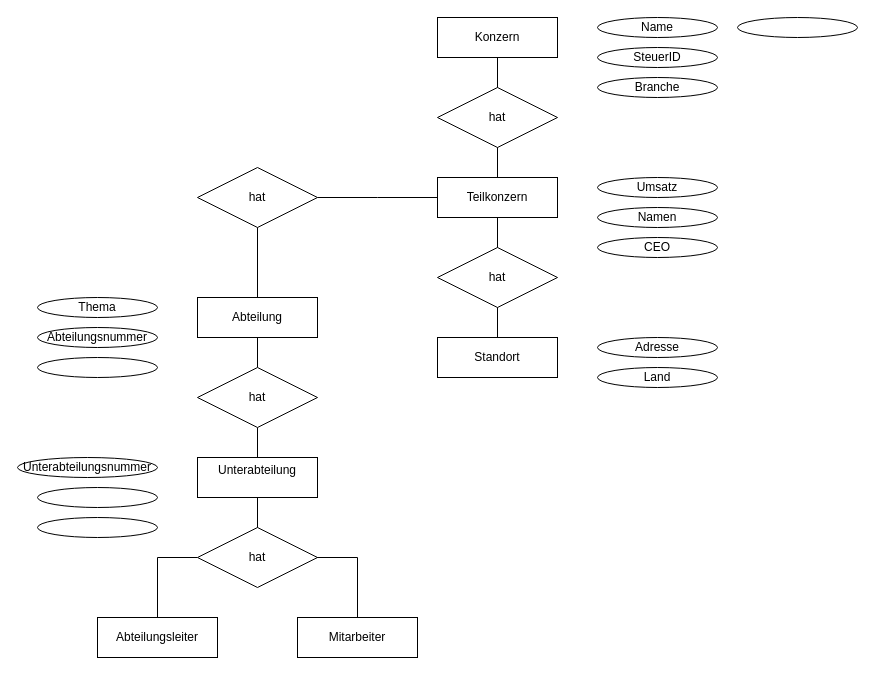
R4Tobi/modellierung keeps this draw.io diagram as draw.io/Aufgabe01/Aufgabe01.drawio. Above is the earlier version. Source tidied: cells renumbered, new cells numbered last; positions are measured from the earlier drawing's top-left corner, leaving out a move shared by most shapes. Both pictures are drawn from the tidied source at 100%, with x=0, y=0 at pixel (17, 17).
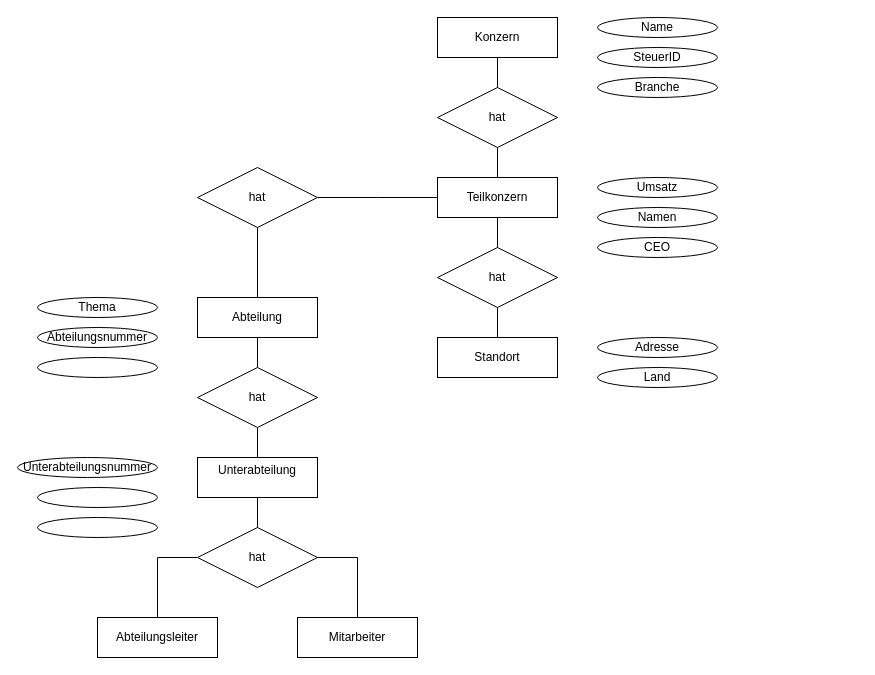
After the change.

Change to the diagram source:
```diff
@@
-    <mxCell id="24" style="ellipse;whiteSpace=wrap;html=1;" parent="1" vertex="1">
-      <mxGeometry x="720" width="120" height="20" as="geometry" />
-    </mxCell>
```
